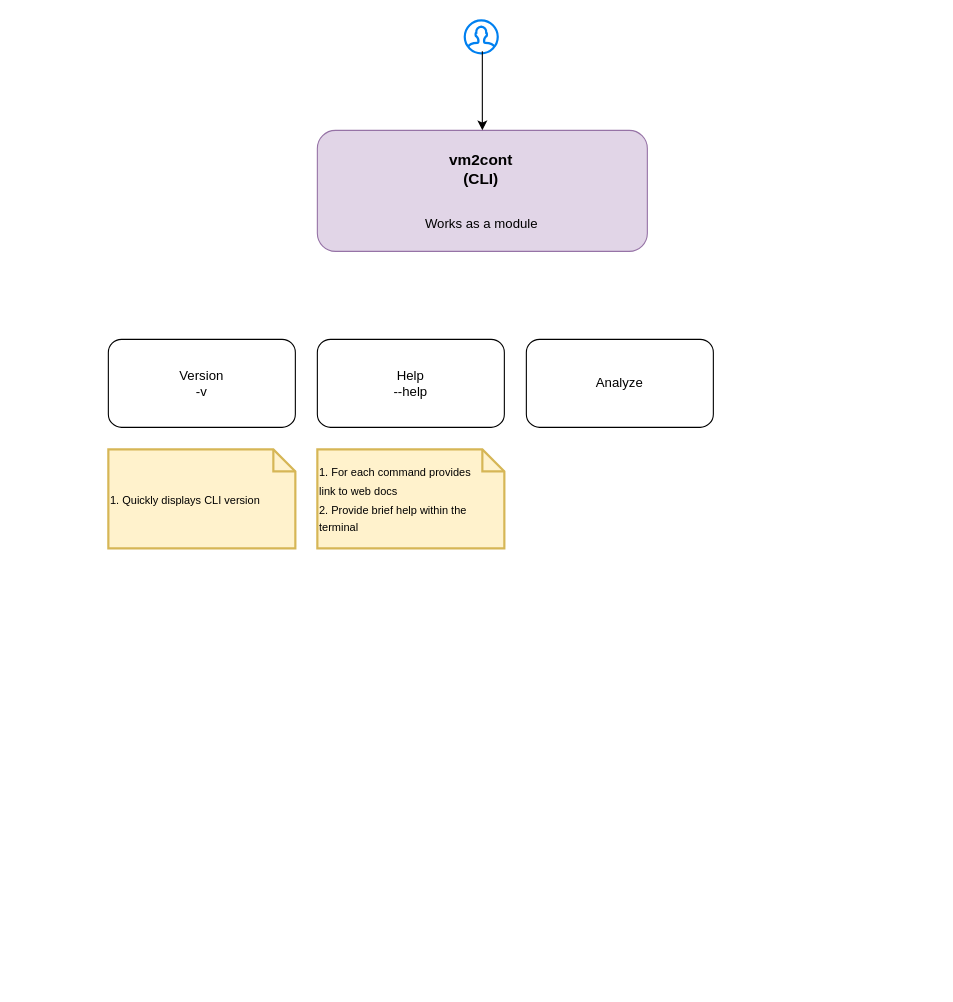
This is page "general" (1 of 2) of diagrams/software-architecture-design/cli-design.drawio from toni123321/vm-to-container-migrator, a draw.io file, before an edit. Source tidied: cells renumbered, new cells numbered last; positions are measured from the earlier drawing's top-left corner, leaving out a move shared by most shapes. Both pictures are drawn from the tidied source at 110%, with x=0, y=0 at pixel (108, 20).
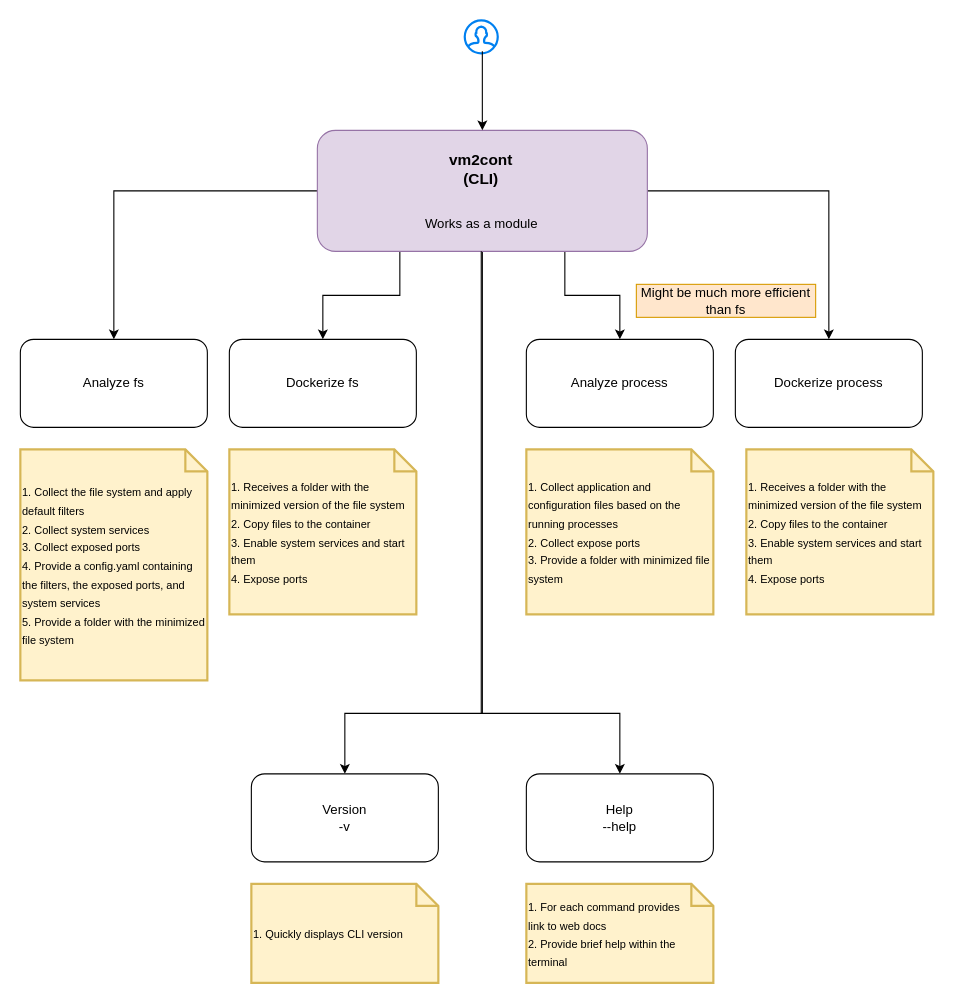
Above is the later version.

The change refers to these unchanged cells:
```xml
<mxCell id="2" style="rounded=1;whiteSpace=wrap;html=1;fillColor=#e1d5e7;strokeColor=#9673a6;" parent="1" vertex="1">
  <mxGeometry x="190" y="100" width="300" height="110" as="geometry" />
</mxCell>
```

The edit, as a diff of the source:
```diff
@@
+    <mxCell id="12" style="edgeStyle=orthogonalEdgeStyle;rounded=0;jettySize=auto;html=1;exitX=1;exitY=0.5;exitDx=0;exitDy=0;" parent="1" edge="1" source="2" target="19">
+      <mxGeometry relative="1" as="geometry" />
+    </mxCell>
+    <mxCell id="13" style="edgeStyle=orthogonalEdgeStyle;rounded=0;jettySize=auto;html=1;exitX=0.75;exitY=1;exitDx=0;exitDy=0;entryX=0.5;entryY=0;entryDx=0;entryDy=0;" parent="1" edge="1" source="2" target="11">
+      <mxGeometry relative="1" as="geometry" />
+    </mxCell>
+    <mxCell id="14" style="edgeStyle=orthogonalEdgeStyle;rounded=0;jettySize=auto;html=1;exitX=0.5;exitY=1;exitDx=0;exitDy=0;" parent="1" edge="1" source="2" target="7">
+      <mxGeometry relative="1" as="geometry">
+        <Array as="points">
+          <mxPoint x="340" y="630" />
+          <mxPoint x="215" y="630" />
+        </Array>
+      </mxGeometry>
+    </mxCell>
+    <mxCell id="15" style="edgeStyle=orthogonalEdgeStyle;rounded=0;jettySize=auto;html=1;exitX=0.25;exitY=1;exitDx=0;exitDy=0;" parent="1" edge="1" source="2" target="23">
+      <mxGeometry relative="1" as="geometry" />
+    </mxCell>
+    <mxCell id="16" style="edgeStyle=orthogonalEdgeStyle;rounded=0;jettySize=auto;html=1;exitX=0;exitY=0.5;exitDx=0;exitDy=0;entryX=0.5;entryY=0;entryDx=0;entryDy=0;" parent="1" edge="1" source="2" target="21">
+      <mxGeometry relative="1" as="geometry" />
+    </mxCell>
@@
+    <mxCell id="17" style="edgeStyle=orthogonalEdgeStyle;rounded=0;jettySize=auto;html=1;entryX=0.5;entryY=0;entryDx=0;entryDy=0;" parent="1" edge="1" target="8">
+      <mxGeometry relative="1" as="geometry">
+        <mxPoint x="339" y="210" as="sourcePoint" />
+        <Array as="points">
+          <mxPoint x="339" y="630" />
+          <mxPoint x="465" y="630" />
+        </Array>
+      </mxGeometry>
+    </mxCell>
@@
     <mxCell id="7" value="Version&lt;div&gt;-v&lt;/div&gt;" style="rounded=1;whiteSpace=wrap;html=1;" parent="1" vertex="1">
-      <mxGeometry y="290" width="170" height="80" as="geometry" />
+      <mxGeometry x="130" y="685" width="170" height="80" as="geometry" />
     </mxCell>
     <mxCell id="8" value="Help&lt;div&gt;--help&lt;/div&gt;" style="rounded=1;whiteSpace=wrap;html=1;" parent="1" vertex="1">
-      <mxGeometry x="190" y="290" width="170" height="80" as="geometry" />
+      <mxGeometry x="380" y="685" width="170" height="80" as="geometry" />
     </mxCell>
     <mxCell id="9" value="&lt;font color=&quot;#000000&quot;&gt;&lt;span style=&quot;font-size: 10px;&quot;&gt;1. For each command provides&amp;nbsp;&lt;/span&gt;&lt;/font&gt;&lt;div&gt;&lt;font color=&quot;#000000&quot;&gt;&lt;span style=&quot;font-size: 10px;&quot;&gt;link to web docs&lt;/span&gt;&lt;/font&gt;&lt;div&gt;&lt;font color=&quot;#000000&quot;&gt;&lt;span style=&quot;font-size: 10px;&quot;&gt;2. Provide brief help within the terminal&lt;/span&gt;&lt;/font&gt;&lt;/div&gt;&lt;/div&gt;" style="shape=note;strokeWidth=2;fontSize=14;size=20;whiteSpace=wrap;html=1;fillColor=#fff2cc;strokeColor=#d6b656;fontColor=#666600;align=left;" parent="1" vertex="1">
-      <mxGeometry x="190" y="390" width="170" height="90" as="geometry" />
+      <mxGeometry x="380" y="785" width="170" height="90" as="geometry" />
     </mxCell>
     <mxCell id="10" value="&lt;font color=&quot;#000000&quot;&gt;&lt;span style=&quot;font-size: 10px;&quot;&gt;1. Quickly displays CLI version&lt;/span&gt;&lt;/font&gt;" style="shape=note;strokeWidth=2;fontSize=14;size=20;whiteSpace=wrap;html=1;fillColor=#fff2cc;strokeColor=#d6b656;fontColor=#666600;align=left;" parent="1" vertex="1">
-      <mxGeometry y="390" width="170" height="90" as="geometry" />
+      <mxGeometry x="130" y="785" width="170" height="90" as="geometry" />
     </mxCell>
-    <mxCell id="11" value="Analyze" style="rounded=1;whiteSpace=wrap;html=1;" parent="1" vertex="1">
+    <mxCell id="11" value="Analyze process" style="rounded=1;whiteSpace=wrap;html=1;" parent="1" vertex="1">
       <mxGeometry x="380" y="290" width="170" height="80" as="geometry" />
     </mxCell>
+    <mxCell id="18" value="&lt;font color=&quot;#000000&quot;&gt;&lt;span style=&quot;font-size: 10px;&quot;&gt;1. Collect application and configuration files based on the running processes&lt;/span&gt;&lt;/font&gt;&lt;div&gt;&lt;font color=&quot;#000000&quot;&gt;&lt;span style=&quot;font-size: 10px;&quot;&gt;2. Collect expose ports&lt;/span&gt;&lt;/font&gt;&lt;/div&gt;&lt;div&gt;&lt;font color=&quot;#000000&quot;&gt;&lt;span style=&quot;font-size: 10px;&quot;&gt;3. Provide a folder with minimized file system&lt;/span&gt;&lt;/font&gt;&lt;/div&gt;" style="shape=note;strokeWidth=2;fontSize=14;size=20;whiteSpace=wrap;html=1;fillColor=#fff2cc;strokeColor=#d6b656;fontColor=#666600;align=left;" parent="1" vertex="1">
+      <mxGeometry x="380" y="390" width="170" height="150" as="geometry" />
+    </mxCell>
+    <mxCell id="19" value="Dockerize process" style="rounded=1;whiteSpace=wrap;html=1;" parent="1" vertex="1">
+      <mxGeometry x="570" y="290" width="170" height="80" as="geometry" />
+    </mxCell>
+    <mxCell id="20" value="&lt;font color=&quot;#000000&quot;&gt;&lt;span style=&quot;font-size: 10px;&quot;&gt;1. Receives a folder with the minimized version of the file system&lt;/span&gt;&lt;/font&gt;&lt;div&gt;&lt;font color=&quot;#000000&quot;&gt;&lt;span style=&quot;font-size: 10px;&quot;&gt;2.&amp;nbsp;&lt;/span&gt;&lt;/font&gt;&lt;span style=&quot;font-size: 10px; color: rgb(0, 0, 0); background-color: initial;&quot;&gt;Copy files to the container&lt;/span&gt;&lt;/div&gt;&lt;div&gt;&lt;span style=&quot;font-size: 10px; color: rgb(0, 0, 0); background-color: initial;&quot;&gt;3. Enable system services and start them&lt;/span&gt;&lt;/div&gt;&lt;div&gt;&lt;span style=&quot;font-size: 10px; color: rgb(0, 0, 0); background-color: initial;&quot;&gt;4. Expose ports&lt;/span&gt;&lt;span style=&quot;background-color: initial; color: rgb(0, 0, 0); font-size: 10px;&quot;&gt;&amp;nbsp;&lt;/span&gt;&lt;/div&gt;" style="shape=note;strokeWidth=2;fontSize=14;size=20;whiteSpace=wrap;html=1;fillColor=#fff2cc;strokeColor=#d6b656;fontColor=#666600;align=left;" parent="1" vertex="1">
+      <mxGeometry x="580" y="390" width="170" height="150" as="geometry" />
+    </mxCell>
+    <mxCell id="21" value="Analyze fs" style="rounded=1;whiteSpace=wrap;html=1;" parent="1" vertex="1">
+      <mxGeometry x="-80" y="290" width="170" height="80" as="geometry" />
+    </mxCell>
+    <mxCell id="22" value="&lt;font color=&quot;#000000&quot;&gt;&lt;span style=&quot;font-size: 10px;&quot;&gt;1. Collect the file system and apply default filters&lt;/span&gt;&lt;/font&gt;&lt;div&gt;&lt;font color=&quot;#000000&quot;&gt;&lt;span style=&quot;font-size: 10px;&quot;&gt;2. Collect system services&lt;/span&gt;&lt;/font&gt;&lt;/div&gt;&lt;div&gt;&lt;font color=&quot;#000000&quot;&gt;&lt;span style=&quot;font-size: 10px;&quot;&gt;3. Collect exposed ports&lt;/span&gt;&lt;/font&gt;&lt;/div&gt;&lt;div&gt;&lt;font color=&quot;#000000&quot;&gt;&lt;span style=&quot;font-size: 10px;&quot;&gt;4. Provide a config.yaml containing the filters, the exposed ports, and system services&lt;/span&gt;&lt;/font&gt;&lt;/div&gt;&lt;div&gt;&lt;font color=&quot;#000000&quot;&gt;&lt;span style=&quot;font-size: 10px;&quot;&gt;5. Provide a folder with the minimized file system&lt;/span&gt;&lt;/font&gt;&lt;/div&gt;" style="shape=note;strokeWidth=2;fontSize=14;size=20;whiteSpace=wrap;html=1;fillColor=#fff2cc;strokeColor=#d6b656;fontColor=#666600;align=left;" parent="1" vertex="1">
+      <mxGeometry x="-80" y="390" width="170" height="210" as="geometry" />
+    </mxCell>
+    <mxCell id="23" value="Dockerize fs" style="rounded=1;whiteSpace=wrap;html=1;" parent="1" vertex="1">
+      <mxGeometry x="110" y="290" width="170" height="80" as="geometry" />
+    </mxCell>
+    <mxCell id="24" value="&lt;font color=&quot;#000000&quot;&gt;&lt;span style=&quot;font-size: 10px;&quot;&gt;1. Receives a folder with the minimized version of the file system&lt;/span&gt;&lt;/font&gt;&lt;div&gt;&lt;font color=&quot;#000000&quot;&gt;&lt;span style=&quot;font-size: 10px;&quot;&gt;2.&amp;nbsp;&lt;/span&gt;&lt;/font&gt;&lt;span style=&quot;font-size: 10px; color: rgb(0, 0, 0); background-color: initial;&quot;&gt;Copy files to the container&lt;/span&gt;&lt;/div&gt;&lt;div&gt;&lt;span style=&quot;font-size: 10px; color: rgb(0, 0, 0); background-color: initial;&quot;&gt;3. Enable system services and start them&lt;/span&gt;&lt;/div&gt;&lt;div&gt;&lt;span style=&quot;font-size: 10px; color: rgb(0, 0, 0); background-color: initial;&quot;&gt;4. Expose ports&lt;/span&gt;&lt;span style=&quot;background-color: initial; color: rgb(0, 0, 0); font-size: 10px;&quot;&gt;&amp;nbsp;&lt;/span&gt;&lt;/div&gt;" style="shape=note;strokeWidth=2;fontSize=14;size=20;whiteSpace=wrap;html=1;fillColor=#fff2cc;strokeColor=#d6b656;fontColor=#666600;align=left;" parent="1" vertex="1">
+      <mxGeometry x="110" y="390" width="170" height="150" as="geometry" />
+    </mxCell>
+    <mxCell id="25" value="Might be much more efficient than fs" style="text;html=1;align=center;verticalAlign=middle;whiteSpace=wrap;rounded=0;fillColor=#ffe6cc;strokeColor=#d79b00;" parent="1" vertex="1">
+      <mxGeometry x="480" y="240" width="163" height="30" as="geometry" />
+    </mxCell>
```
